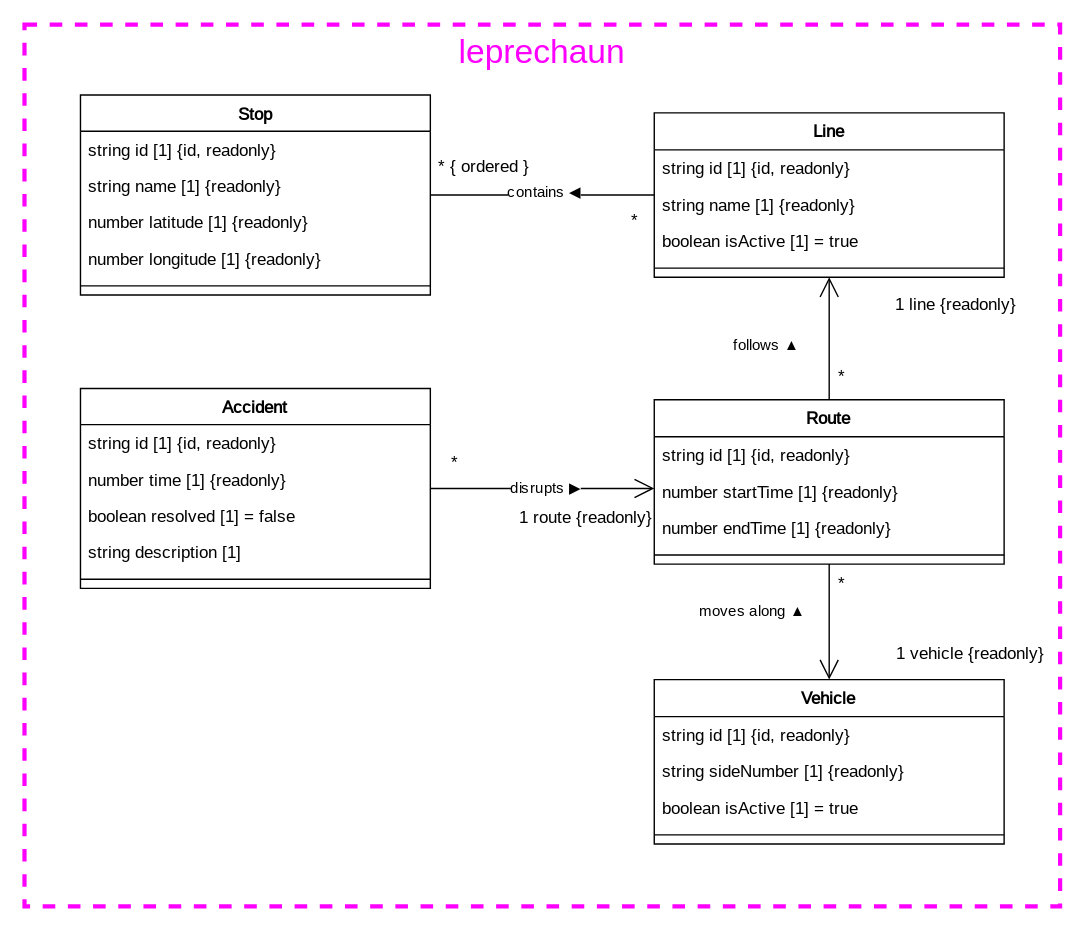
Before: documentation/course/e2/images/class-diagram-leprechaun.drawio.svg, a diagram exported from draw.io (PWR-ACS-SE-24/SoftwareSystemDesign). Source tidied: cells renumbered, new cells last; positions are measured from the earlier drawing's top-left corner, leaving out a move shared by most shapes.
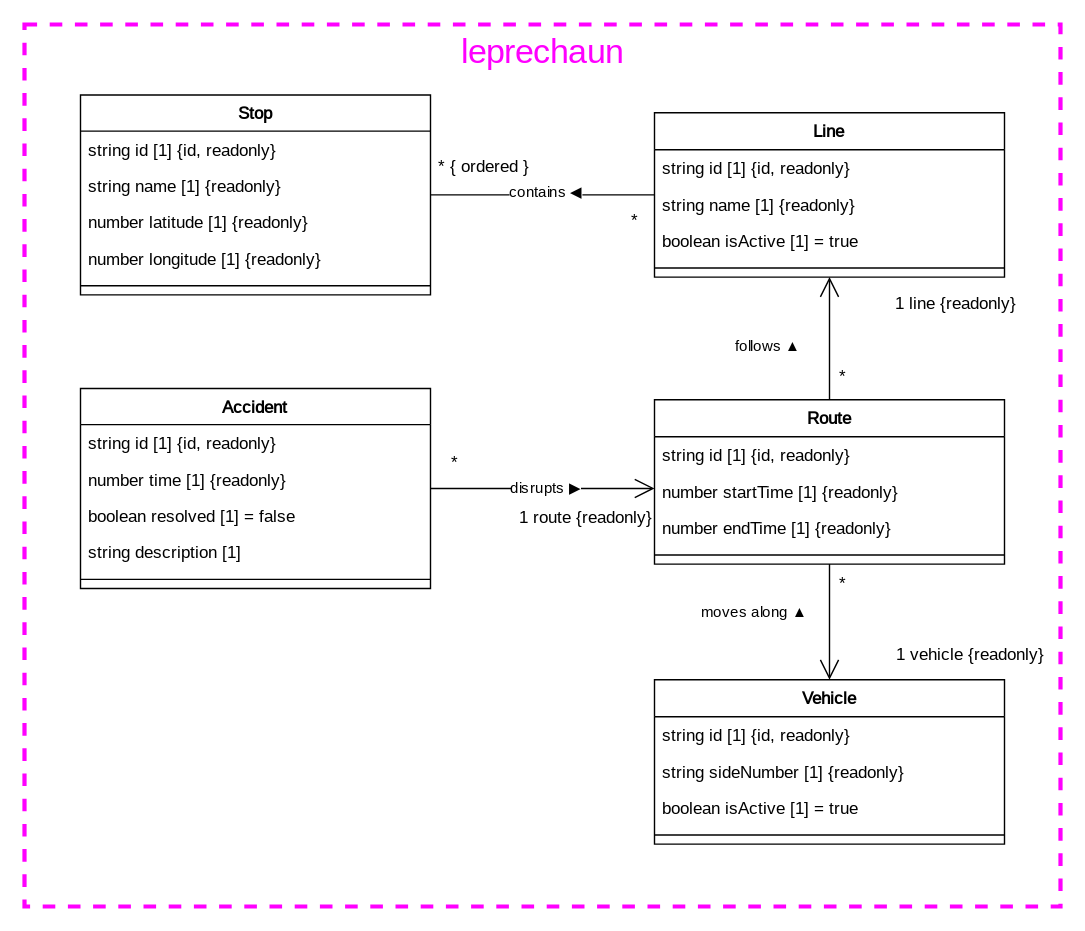
Above is the later version.

Commit message:
Forgor about class diagram

What changed in the source:
```diff
@@ -2,10 +2,10 @@
   <root>
     <mxCell id="0" />
     <mxCell id="1" parent="0" />
-    <mxCell id="2" style="rounded=0;whiteSpace=wrap;html=1;dashed=1;strokeWidth=3;fillColor=none;strokeColor=#FF00FF;" parent="1" vertex="1">
+    <mxCell id="2" style="rounded=0;whiteSpace=wrap;html=1;dashed=1;strokeWidth=3;fillColor=none;strokeColor=#FF00FF;fontFamily=JetBrains Mono;fontSource=https%3A%2F%2Ffonts.googleapis.com%2Fcss%3Ffamily%3DJetBrains%2BMono;" parent="1" vertex="1">
       <mxGeometry width="740" height="630" as="geometry" />
     </mxCell>
-    <mxCell id="3" value="&lt;font color=&quot;#ff00ff&quot;&gt;leprechaun&lt;/font&gt;" style="text;html=1;align=center;verticalAlign=middle;whiteSpace=wrap;rounded=0;fillColor=none;strokeColor=none;fontColor=#009900;fontSize=24;" parent="1" vertex="1">
+    <mxCell id="3" value="&lt;font color=&quot;#ff00ff&quot;&gt;leprechaun&lt;/font&gt;" style="text;html=1;align=center;verticalAlign=middle;whiteSpace=wrap;rounded=0;fillColor=none;strokeColor=none;fontColor=#009900;fontSize=24;fontFamily=JetBrains Mono;fontSource=https%3A%2F%2Ffonts.googleapis.com%2Fcss%3Ffamily%3DJetBrains%2BMono;" parent="1" vertex="1">
       <mxGeometry width="740" height="40" as="geometry" />
     </mxCell>
     <mxCell id="4" value="Accident" style="swimlane;fontStyle=1;align=center;verticalAlign=top;horizontal=1;startSize=25.818181818181817;fontFamily=JetBrains Mono;fontSource=https%3A%2F%2Ffonts.googleapis.com%2Fcss%3Ffamily%3DJetBrains%2BMono;" parent="1" vertex="1">
```
